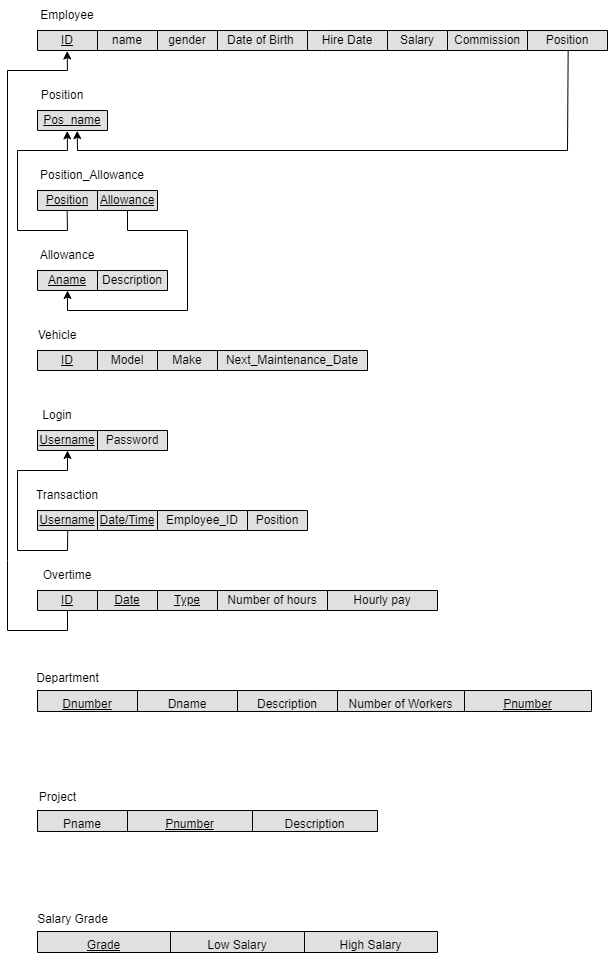
Above: Phase 1/Relational Schema.drawio.png in AhmedElkhashn/DB-project (draw.io), before the change. Source tidied: cells renumbered, new cells last; positions are measured from the earlier drawing's top-left corner, leaving out a move shared by most shapes.
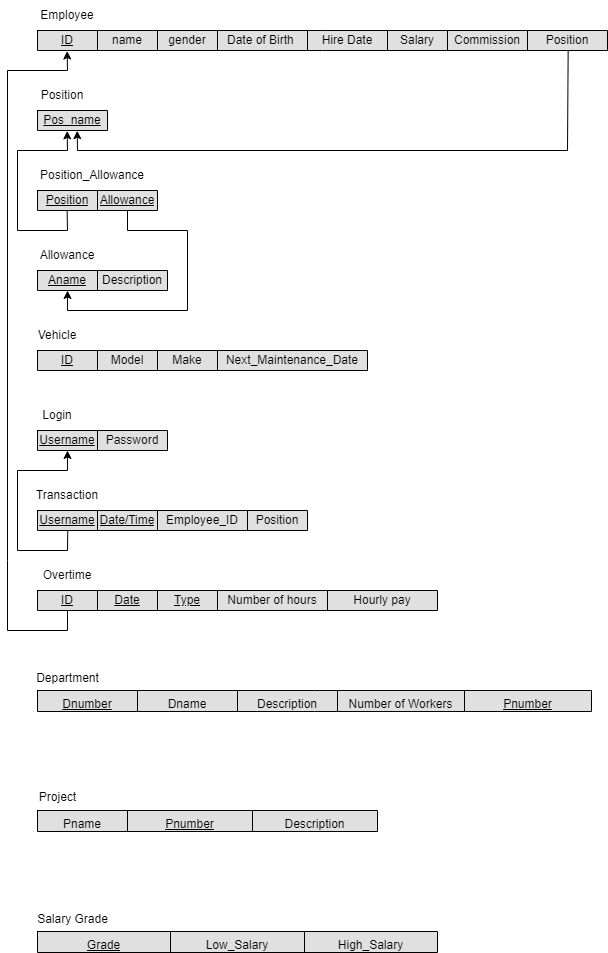
Above is the later version.

Diff of the diagram source:
```diff
@@ -259,10 +259,10 @@
     <mxCell id="75" value="&lt;span&gt;&lt;font style=&quot;font-size: 12px;&quot;&gt;Grade&lt;/font&gt;&lt;/span&gt;" style="shape=partialRectangle;html=1;whiteSpace=wrap;strokeColor=inherit;overflow=hidden;fillColor=none;top=0;left=0;bottom=0;right=0;fontSize=16;verticalAlign=middle;horizontal=1;align=center;fontStyle=4;" parent="74" vertex="1">
       <mxGeometry width="133" height="21" as="geometry" />
     </mxCell>
-    <mxCell id="76" value="&lt;font style=&quot;font-size: 12px;&quot;&gt;Low Salary&lt;/font&gt;" style="shape=partialRectangle;html=1;whiteSpace=wrap;strokeColor=inherit;overflow=hidden;fillColor=none;top=0;left=0;bottom=0;right=0;fontSize=16;" parent="74" vertex="1">
+    <mxCell id="76" value="&lt;font style=&quot;font-size: 12px;&quot;&gt;Low_Salary&lt;/font&gt;" style="shape=partialRectangle;html=1;whiteSpace=wrap;strokeColor=inherit;overflow=hidden;fillColor=none;top=0;left=0;bottom=0;right=0;fontSize=16;" parent="74" vertex="1">
       <mxGeometry x="133" width="134" height="21" as="geometry" />
     </mxCell>
-    <mxCell id="77" value="&lt;font style=&quot;font-size: 12px;&quot;&gt;High Salary&lt;/font&gt;" style="shape=partialRectangle;html=1;whiteSpace=wrap;strokeColor=inherit;overflow=hidden;fillColor=none;top=0;left=0;bottom=0;right=0;fontSize=16;" parent="74" vertex="1">
+    <mxCell id="77" value="&lt;font style=&quot;font-size: 12px;&quot;&gt;High_Salary&lt;/font&gt;" style="shape=partialRectangle;html=1;whiteSpace=wrap;strokeColor=inherit;overflow=hidden;fillColor=none;top=0;left=0;bottom=0;right=0;fontSize=16;" parent="74" vertex="1">
       <mxGeometry x="267" width="133" height="21" as="geometry" />
     </mxCell>
     <mxCell id="78" value="Salary Grade" style="text;html=1;align=center;verticalAlign=middle;strokeColor=none;fillColor=none;" parent="1" vertex="1">
```
